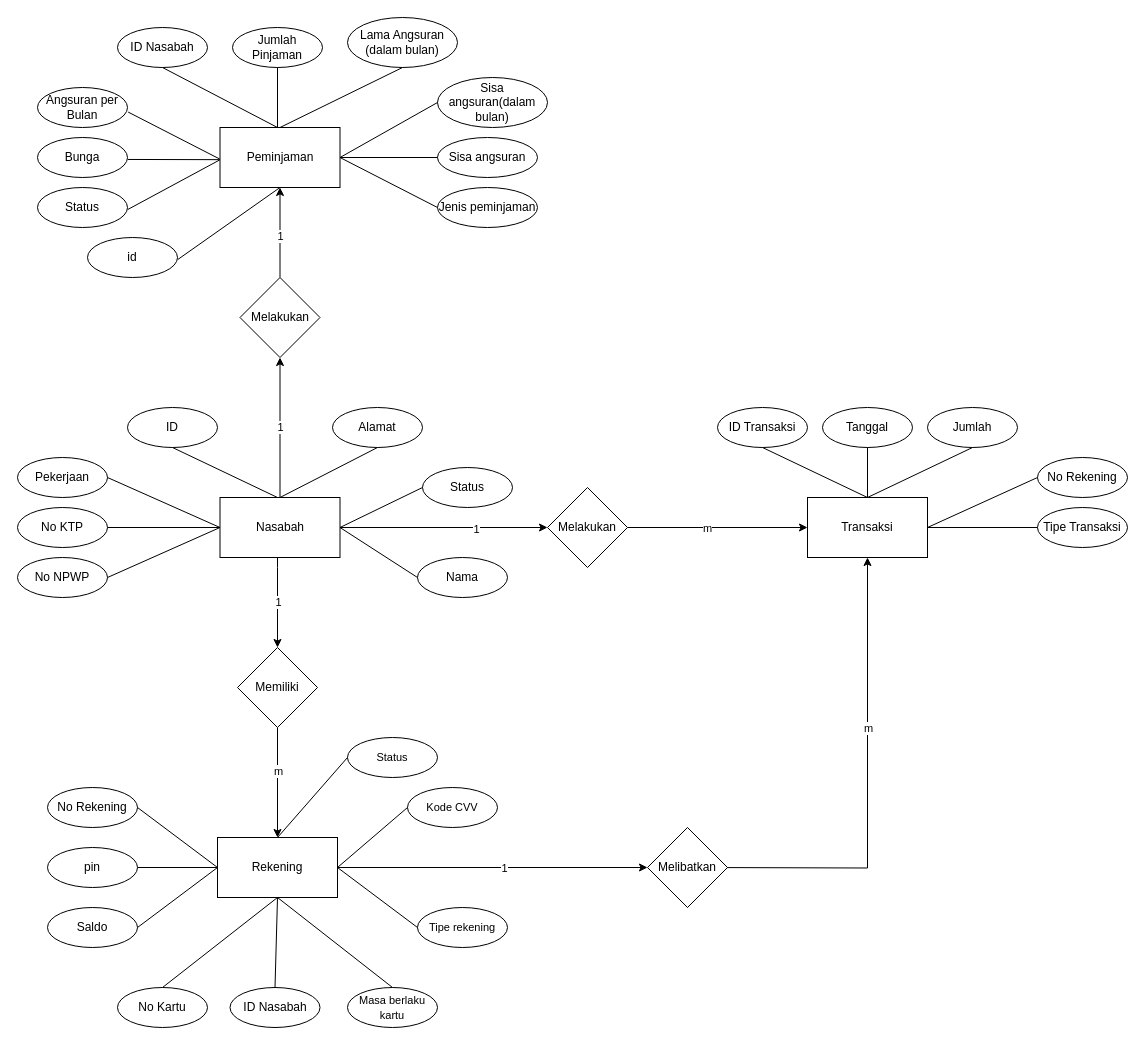
Above: Untitled Diagram.drawio in diki-telyu/IMA-java-algorithm (draw.io), before the change. Source tidied: cells renumbered, new cells numbered last; positions are measured from the earlier drawing's top-left corner, leaving out a move shared by most shapes. Both pictures are drawn from the tidied source at 100%, with x=0, y=0 at pixel (17, 17).
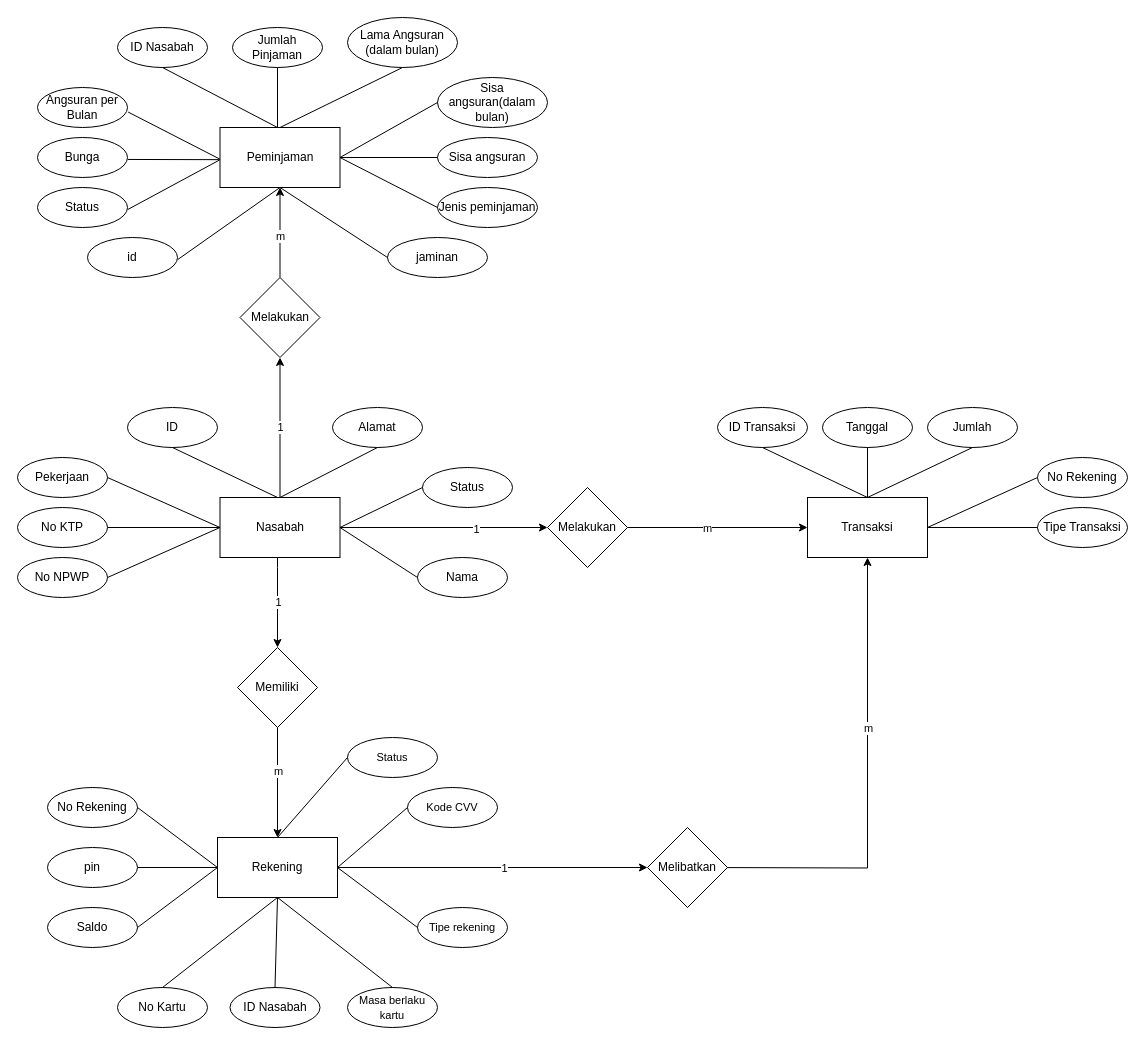
The same diagram, later.

Unchanged cells that the change refers to:
```xml
<mxCell id="59" style="edgeStyle=orthogonalEdgeStyle;rounded=0;jettySize=auto;html=1;" parent="1" edge="1" source="61" target="62">
  <mxGeometry relative="1" as="geometry" />
</mxCell>
<mxCell id="62" value="Peminjaman" style="whiteSpace=wrap;html=1;" parent="1" vertex="1">
  <mxGeometry x="202.5" y="110" width="120" height="60" as="geometry" />
</mxCell>
```

What changed in the source:
```diff
@@
-    <mxCell id="60" value="1" style="edgeLabel;html=1;align=center;verticalAlign=middle;" parent="59" vertex="1">
+    <mxCell id="60" value="m" style="edgeLabel;html=1;align=center;verticalAlign=middle;" parent="59" vertex="1">
       <mxGeometry x="-0.06" relative="1" as="geometry" />
     </mxCell>
@@
+    <mxCell id="87" value="jaminan" style="ellipse;whiteSpace=wrap;html=1;" parent="1" vertex="1">
+      <mxGeometry x="370" y="220" width="100" height="40" as="geometry" />
+    </mxCell>
+    <mxCell id="88" style="endArrow=none;html=1;rounded=0;entryX=0;entryY=0.5;entryDx=0;entryDy=0;exitX=0.5;exitY=1;exitDx=0;exitDy=0;" parent="1" edge="1" source="62" target="87">
+      <mxGeometry relative="1" as="geometry" />
+    </mxCell>
```
